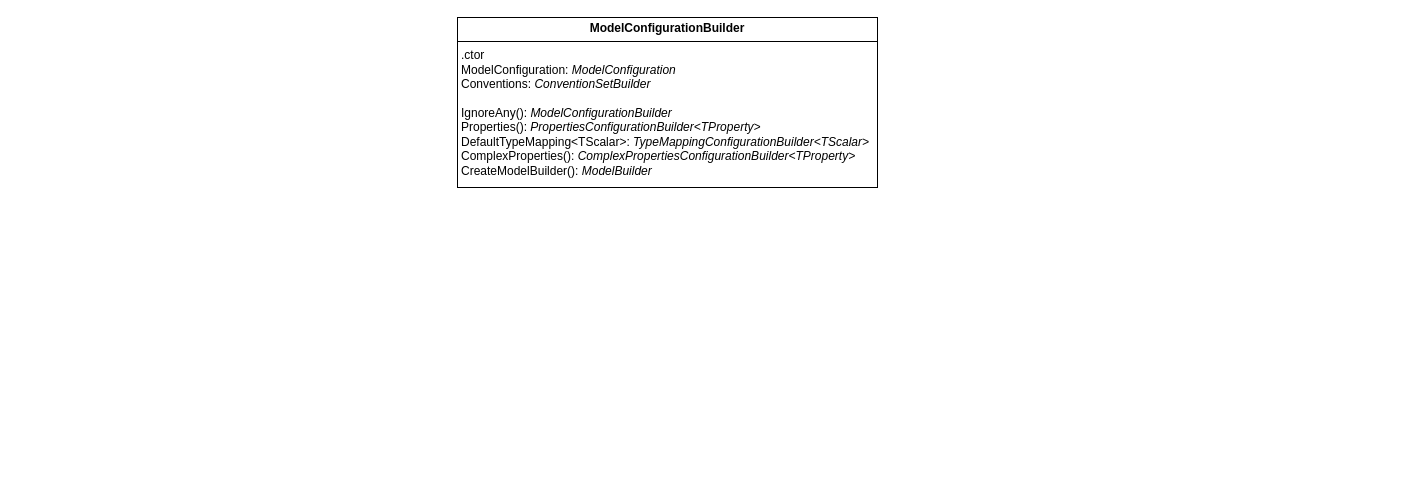
Above: page "ModelConfigurationBuilder" (5 of 8) of EFCore/Диаграмма без названия.drawio in KondyubaBA/Foundation (draw.io), before the change. Source tidied: cells renumbered, new cells numbered last; positions are measured from the earlier drawing's top-left corner, leaving out a move shared by most shapes. Both pictures are drawn from the tidied source at 100%, with x=0, y=0 at pixel (457, 17).
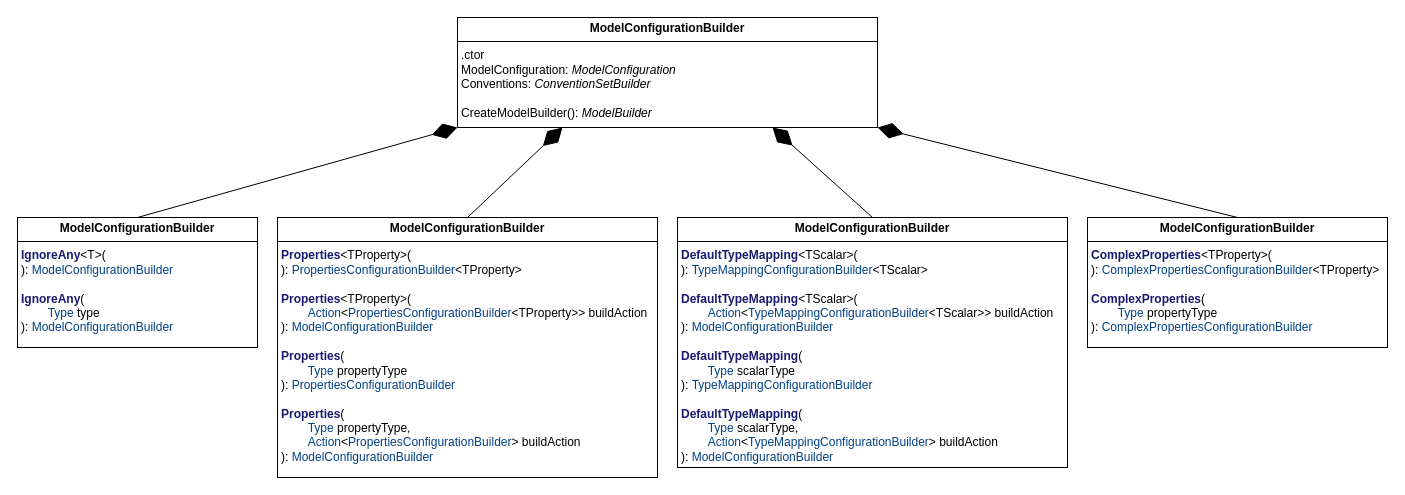
After the change.

Change to the diagram source:
```diff
@@
 <mxGraphModel>
   <root>
     <mxCell id="0" />
     <mxCell id="1" parent="0" />
-    <mxCell id="2" value="&lt;p style=&quot;margin:0px;margin-top:4px;text-align:center;&quot;&gt;&lt;span style=&quot;background-color: initial; text-align: left;&quot;&gt;&lt;b&gt;ModelConfigurationBuilder&lt;/b&gt;&lt;/span&gt;&lt;/p&gt;&lt;hr size=&quot;1&quot; style=&quot;border-style:solid;&quot;&gt;&lt;p style=&quot;margin:0px;margin-left:4px;&quot;&gt;.ctor&lt;/p&gt;&lt;p style=&quot;margin:0px;margin-left:4px;&quot;&gt;ModelConfiguration:&amp;nbsp;&lt;i&gt;ModelConfiguration&lt;/i&gt;&lt;/p&gt;&lt;p style=&quot;margin:0px;margin-left:4px;&quot;&gt;Conventions:&amp;nbsp;&lt;i&gt;ConventionSetBuilder&lt;/i&gt;&lt;/p&gt;&lt;p style=&quot;margin:0px;margin-left:4px;&quot;&gt;&lt;br&gt;&lt;/p&gt;&lt;p style=&quot;margin:0px;margin-left:4px;&quot;&gt;IgnoreAny():&amp;nbsp;&lt;i&gt;ModelConfigurationBuilder&lt;/i&gt;&lt;/p&gt;&lt;p style=&quot;margin:0px;margin-left:4px;&quot;&gt;Properties():&amp;nbsp;&lt;i&gt;PropertiesConfigurationBuilder&amp;lt;TProperty&amp;gt;&lt;/i&gt;&lt;/p&gt;&lt;p style=&quot;margin:0px;margin-left:4px;&quot;&gt;DefaultTypeMapping&amp;lt;TScalar&amp;gt;:&amp;nbsp;&lt;i&gt;TypeMappingConfigurationBuilder&amp;lt;TScalar&amp;gt;&lt;/i&gt;&lt;/p&gt;&lt;p style=&quot;margin:0px;margin-left:4px;&quot;&gt;ComplexProperties():&amp;nbsp;&lt;i&gt;ComplexPropertiesConfigurationBuilder&amp;lt;TProperty&amp;gt;&lt;/i&gt;&lt;/p&gt;&lt;p style=&quot;margin:0px;margin-left:4px;&quot;&gt;CreateModelBuilder():&lt;i&gt;&amp;nbsp;&lt;/i&gt;&lt;span style=&quot;background-color: initial;&quot;&gt;&lt;i&gt;ModelBuilder&lt;/i&gt;&lt;/span&gt;&lt;/p&gt;" style="verticalAlign=top;align=left;overflow=fill;html=1;whiteSpace=wrap;" parent="1" vertex="1">
-      <mxGeometry width="420" height="170" as="geometry" />
+    <mxCell id="2" value="&lt;p style=&quot;margin:0px;margin-top:4px;text-align:center;&quot;&gt;&lt;span style=&quot;background-color: initial; text-align: left;&quot;&gt;&lt;b&gt;ModelConfigurationBuilder&lt;/b&gt;&lt;/span&gt;&lt;/p&gt;&lt;hr size=&quot;1&quot; style=&quot;border-style:solid;&quot;&gt;&lt;p style=&quot;margin:0px;margin-left:4px;&quot;&gt;.ctor&lt;/p&gt;&lt;p style=&quot;margin:0px;margin-left:4px;&quot;&gt;ModelConfiguration:&amp;nbsp;&lt;i&gt;ModelConfiguration&lt;/i&gt;&lt;/p&gt;&lt;p style=&quot;margin:0px;margin-left:4px;&quot;&gt;Conventions:&amp;nbsp;&lt;i&gt;ConventionSetBuilder&lt;/i&gt;&lt;/p&gt;&lt;p style=&quot;margin:0px;margin-left:4px;&quot;&gt;&lt;br&gt;&lt;/p&gt;&lt;p style=&quot;margin:0px;margin-left:4px;&quot;&gt;CreateModelBuilder():&lt;i&gt;&amp;nbsp;&lt;/i&gt;&lt;span style=&quot;background-color: initial;&quot;&gt;&lt;i&gt;ModelBuilder&lt;/i&gt;&lt;/span&gt;&lt;/p&gt;" style="verticalAlign=top;align=left;overflow=fill;html=1;whiteSpace=wrap;" parent="1" vertex="1">
+      <mxGeometry width="420" height="110" as="geometry" />
     </mxCell>
+    <mxCell id="3" value="&lt;p style=&quot;margin:0px;margin-top:4px;text-align:center;&quot;&gt;&lt;span style=&quot;background-color: initial; text-align: left;&quot;&gt;&lt;b&gt;ModelConfigurationBuilder&lt;/b&gt;&lt;/span&gt;&lt;/p&gt;&lt;hr size=&quot;1&quot; style=&quot;border-style:solid;&quot;&gt;&lt;p style=&quot;margin:0px;margin-left:4px;&quot;&gt;&lt;span style=&quot;color: rgb(25, 25, 112); font-weight: bold;&quot;&gt;IgnoreAny&lt;/span&gt;&amp;lt;T&amp;gt;(&lt;/p&gt;&lt;p style=&quot;margin:0px;margin-left:4px;&quot;&gt;):&amp;nbsp;&lt;span style=&quot;color: rgb(0, 64, 133); background-color: initial;&quot;&gt;ModelConfigurationBuilder&lt;/span&gt;&lt;/p&gt;&lt;p style=&quot;margin:0px;margin-left:4px;&quot;&gt;&lt;span style=&quot;color: rgb(0, 64, 133); background-color: initial;&quot;&gt;&lt;br&gt;&lt;/span&gt;&lt;/p&gt;&lt;p style=&quot;margin:0px;margin-left:4px;&quot;&gt;&lt;span style=&quot;color: rgb(25, 25, 112); font-weight: bold;&quot;&gt;IgnoreAny&lt;/span&gt;(&lt;/p&gt;&lt;p style=&quot;margin:0px;margin-left:4px;&quot;&gt;&lt;span style=&quot;color: rgb(0, 64, 133);&quot;&gt;&lt;span style=&quot;white-space: pre;&quot;&gt;&#9;&lt;/span&gt;Type&lt;/span&gt; type&lt;/p&gt;&lt;p style=&quot;margin:0px;margin-left:4px;&quot;&gt;):&amp;nbsp;&lt;span style=&quot;color: rgb(0, 64, 133); background-color: initial;&quot;&gt;&lt;/span&gt;&lt;span style=&quot;color: rgb(0, 64, 133); background-color: initial;&quot;&gt;ModelConfigurationBuilder&lt;/span&gt;&lt;/p&gt;" style="verticalAlign=top;align=left;overflow=fill;html=1;whiteSpace=wrap;" parent="1" vertex="1">
+      <mxGeometry x="-440" y="200" width="240" height="130" as="geometry" />
+    </mxCell>
+    <mxCell id="4" value="&lt;p style=&quot;margin:0px;margin-top:4px;text-align:center;&quot;&gt;&lt;span style=&quot;background-color: initial; text-align: left;&quot;&gt;&lt;b&gt;ModelConfigurationBuilder&lt;/b&gt;&lt;/span&gt;&lt;/p&gt;&lt;hr size=&quot;1&quot; style=&quot;border-style:solid;&quot;&gt;&lt;p style=&quot;margin:0px;margin-left:4px;&quot;&gt;&lt;span style=&quot;color: rgb(25, 25, 112); font-weight: bold;&quot;&gt;Properties&lt;/span&gt;&amp;lt;TProperty&amp;gt;(&lt;/p&gt;&lt;p style=&quot;margin:0px;margin-left:4px;&quot;&gt;):&amp;nbsp;&lt;span style=&quot;background-color: initial; color: rgb(0, 64, 133);&quot;&gt;PropertiesConfigurationBuilder&lt;/span&gt;&lt;span style=&quot;background-color: initial;&quot;&gt;&amp;lt;TProperty&amp;gt;&lt;/span&gt;&lt;/p&gt;&lt;p style=&quot;margin:0px;margin-left:4px;&quot;&gt;&lt;span style=&quot;background-color: initial;&quot;&gt;&lt;br&gt;&lt;/span&gt;&lt;/p&gt;&lt;p style=&quot;margin:0px;margin-left:4px;&quot;&gt;&lt;span style=&quot;color: rgb(25, 25, 112); font-weight: bold;&quot;&gt;Properties&lt;/span&gt;&amp;lt;TProperty&amp;gt;(&lt;/p&gt;&lt;p style=&quot;margin:0px;margin-left:4px;&quot;&gt;&lt;span style=&quot;color: rgb(0, 64, 133);&quot;&gt;&lt;span style=&quot;white-space: pre;&quot;&gt;&#9;&lt;/span&gt;Action&lt;/span&gt;&amp;lt;&lt;span style=&quot;color: rgb(0, 64, 133);&quot;&gt;PropertiesConfigurationBuilder&lt;/span&gt;&amp;lt;TProperty&amp;gt;&amp;gt; buildAction&lt;/p&gt;&lt;p style=&quot;margin:0px;margin-left:4px;&quot;&gt;):&amp;nbsp;&lt;span style=&quot;background-color: initial;&quot;&gt;&lt;/span&gt;&lt;span style=&quot;color: rgb(0, 64, 133); background-color: initial;&quot;&gt;ModelConfigurationBuilder&lt;/span&gt;&lt;/p&gt;&lt;p style=&quot;margin:0px;margin-left:4px;&quot;&gt;&lt;span style=&quot;color: rgb(0, 64, 133); background-color: initial;&quot;&gt;&lt;br&gt;&lt;/span&gt;&lt;/p&gt;&lt;p style=&quot;margin:0px;margin-left:4px;&quot;&gt;&lt;span style=&quot;color: rgb(25, 25, 112); font-weight: bold;&quot;&gt;Properties&lt;/span&gt;(&lt;/p&gt;&lt;p style=&quot;margin:0px;margin-left:4px;&quot;&gt;&lt;span style=&quot;color: rgb(0, 64, 133);&quot;&gt;&lt;span style=&quot;white-space: pre;&quot;&gt;&#9;&lt;/span&gt;Type&lt;/span&gt; propertyType&lt;/p&gt;&lt;p style=&quot;margin:0px;margin-left:4px;&quot;&gt;):&amp;nbsp;&lt;span style=&quot;color: rgb(0, 64, 133); background-color: initial;&quot;&gt;&lt;/span&gt;&lt;span style=&quot;color: rgb(0, 64, 133); background-color: initial;&quot;&gt;PropertiesConfigurationBuilder&lt;/span&gt;&lt;/p&gt;&lt;p style=&quot;margin:0px;margin-left:4px;&quot;&gt;&lt;span style=&quot;color: rgb(0, 64, 133); background-color: initial;&quot;&gt;&lt;br&gt;&lt;/span&gt;&lt;/p&gt;&lt;p style=&quot;margin:0px;margin-left:4px;&quot;&gt;&lt;span style=&quot;color: rgb(25, 25, 112); font-weight: bold;&quot;&gt;Properties&lt;/span&gt;(&lt;/p&gt;&lt;p style=&quot;margin:0px;margin-left:4px;&quot;&gt;&lt;span style=&quot;color: rgb(0, 64, 133);&quot;&gt;&lt;span style=&quot;white-space: pre;&quot;&gt;&#9;&lt;/span&gt;Type&lt;/span&gt; propertyType,&amp;nbsp;&lt;/p&gt;&lt;p style=&quot;margin:0px;margin-left:4px;&quot;&gt;&lt;span style=&quot;color: rgb(0, 64, 133);&quot;&gt;&lt;span style=&quot;white-space: pre;&quot;&gt;&#9;&lt;/span&gt;Action&lt;/span&gt;&amp;lt;&lt;span style=&quot;color: rgb(0, 64, 133);&quot;&gt;PropertiesConfigurationBuilder&lt;/span&gt;&amp;gt; buildAction&lt;/p&gt;&lt;p style=&quot;margin:0px;margin-left:4px;&quot;&gt;):&amp;nbsp;&lt;span style=&quot;color: rgb(0, 64, 133); background-color: initial;&quot;&gt;&lt;/span&gt;&lt;span style=&quot;color: rgb(0, 64, 133); background-color: initial;&quot;&gt;ModelConfigurationBuilder&lt;/span&gt;&lt;/p&gt;&lt;p style=&quot;margin:0px;margin-left:4px;&quot;&gt;&lt;span style=&quot;color: rgb(0, 64, 133); background-color: initial;&quot;&gt;&lt;br&gt;&lt;/span&gt;&lt;/p&gt;&lt;p style=&quot;margin:0px;margin-left:4px;&quot;&gt;&lt;span style=&quot;color: rgb(0, 64, 133); background-color: initial;&quot;&gt;&lt;br&gt;&lt;/span&gt;&lt;/p&gt;" style="verticalAlign=top;align=left;overflow=fill;html=1;whiteSpace=wrap;" parent="1" vertex="1">
+      <mxGeometry x="-180" y="200" width="380" height="260" as="geometry" />
+    </mxCell>
+    <mxCell id="5" value="&lt;p style=&quot;margin:0px;margin-top:4px;text-align:center;&quot;&gt;&lt;span style=&quot;background-color: initial; text-align: left;&quot;&gt;&lt;b&gt;ModelConfigurationBuilder&lt;/b&gt;&lt;/span&gt;&lt;/p&gt;&lt;hr size=&quot;1&quot; style=&quot;border-style:solid;&quot;&gt;&lt;p style=&quot;margin:0px;margin-left:4px;&quot;&gt;&lt;span style=&quot;color: rgb(25, 25, 112); font-weight: bold;&quot;&gt;DefaultTypeMapping&lt;/span&gt;&amp;lt;TScalar&amp;gt;(&lt;/p&gt;&lt;p style=&quot;margin:0px;margin-left:4px;&quot;&gt;):&amp;nbsp;&lt;span style=&quot;background-color: initial; color: rgb(0, 64, 133);&quot;&gt;TypeMappingConfigurationBuilder&lt;/span&gt;&lt;span style=&quot;background-color: initial;&quot;&gt;&amp;lt;TScalar&amp;gt;&lt;/span&gt;&lt;/p&gt;&lt;p style=&quot;margin:0px;margin-left:4px;&quot;&gt;&lt;span style=&quot;color: rgb(0, 64, 133); background-color: initial;&quot;&gt;&lt;br&gt;&lt;/span&gt;&lt;/p&gt;&lt;p style=&quot;margin:0px;margin-left:4px;&quot;&gt;&lt;span style=&quot;color: rgb(25, 25, 112); font-weight: bold;&quot;&gt;DefaultTypeMapping&lt;/span&gt;&amp;lt;TScalar&amp;gt;(&lt;/p&gt;&lt;p style=&quot;margin:0px;margin-left:4px;&quot;&gt;&lt;span style=&quot;color: rgb(0, 64, 133);&quot;&gt;&lt;span style=&quot;white-space: pre;&quot;&gt;&#9;&lt;/span&gt;Action&lt;/span&gt;&amp;lt;&lt;span style=&quot;color: rgb(0, 64, 133);&quot;&gt;TypeMappingConfigurationBuilder&lt;/span&gt;&amp;lt;TScalar&amp;gt;&amp;gt; buildAction&lt;/p&gt;&lt;p style=&quot;margin:0px;margin-left:4px;&quot;&gt;):&amp;nbsp;&lt;span style=&quot;color: rgb(0, 64, 133); background-color: initial;&quot;&gt;&lt;/span&gt;&lt;span style=&quot;color: rgb(0, 64, 133); background-color: initial;&quot;&gt;ModelConfigurationBuilder&lt;/span&gt;&lt;/p&gt;&lt;p style=&quot;margin:0px;margin-left:4px;&quot;&gt;&lt;span style=&quot;color: rgb(0, 64, 133); background-color: initial;&quot;&gt;&lt;br&gt;&lt;/span&gt;&lt;/p&gt;&lt;p style=&quot;margin:0px;margin-left:4px;&quot;&gt;&lt;span style=&quot;color: rgb(25, 25, 112); font-weight: bold;&quot;&gt;DefaultTypeMapping&lt;/span&gt;(&lt;/p&gt;&lt;p style=&quot;margin:0px;margin-left:4px;&quot;&gt;&lt;span style=&quot;color: rgb(0, 64, 133);&quot;&gt;&lt;span style=&quot;white-space: pre;&quot;&gt;&#9;&lt;/span&gt;Type&lt;/span&gt; scalarType&lt;/p&gt;&lt;p style=&quot;margin:0px;margin-left:4px;&quot;&gt;):&amp;nbsp;&lt;span style=&quot;color: rgb(0, 64, 133); background-color: initial;&quot;&gt;&lt;/span&gt;&lt;span style=&quot;color: rgb(0, 64, 133); background-color: initial;&quot;&gt;TypeMappingConfigurationBuilder&lt;/span&gt;&lt;/p&gt;&lt;p style=&quot;margin:0px;margin-left:4px;&quot;&gt;&lt;span style=&quot;color: rgb(0, 64, 133); background-color: initial;&quot;&gt;&lt;br&gt;&lt;/span&gt;&lt;/p&gt;&lt;p style=&quot;margin:0px;margin-left:4px;&quot;&gt;&lt;span style=&quot;color: rgb(25, 25, 112); font-weight: bold;&quot;&gt;DefaultTypeMapping&lt;/span&gt;(&lt;/p&gt;&lt;p style=&quot;margin:0px;margin-left:4px;&quot;&gt;&lt;span style=&quot;color: rgb(0, 64, 133);&quot;&gt;&lt;span style=&quot;white-space: pre;&quot;&gt;&#9;&lt;/span&gt;Type&lt;/span&gt; scalarType,&amp;nbsp;&lt;/p&gt;&lt;p style=&quot;margin:0px;margin-left:4px;&quot;&gt;&lt;span style=&quot;color: rgb(0, 64, 133);&quot;&gt;&lt;span style=&quot;white-space: pre;&quot;&gt;&#9;&lt;/span&gt;Action&lt;/span&gt;&amp;lt;&lt;span style=&quot;color: rgb(0, 64, 133);&quot;&gt;TypeMappingConfigurationBuilder&lt;/span&gt;&amp;gt; buildAction&lt;/p&gt;&lt;p style=&quot;margin:0px;margin-left:4px;&quot;&gt;):&amp;nbsp;&lt;span style=&quot;color: rgb(0, 64, 133); background-color: initial;&quot;&gt;&lt;/span&gt;&lt;span style=&quot;color: rgb(0, 64, 133); background-color: initial;&quot;&gt;ModelConfigurationBuilder&lt;/span&gt;&lt;/p&gt;" style="verticalAlign=top;align=left;overflow=fill;html=1;whiteSpace=wrap;" parent="1" vertex="1">
+      <mxGeometry x="220" y="200" width="390" height="250" as="geometry" />
+    </mxCell>
+    <mxCell id="6" value="&lt;p style=&quot;margin:0px;margin-top:4px;text-align:center;&quot;&gt;&lt;span style=&quot;background-color: initial; text-align: left;&quot;&gt;&lt;b&gt;ModelConfigurationBuilder&lt;/b&gt;&lt;/span&gt;&lt;/p&gt;&lt;hr size=&quot;1&quot; style=&quot;border-style:solid;&quot;&gt;&lt;p style=&quot;margin:0px;margin-left:4px;&quot;&gt;&lt;span style=&quot;color: rgb(25, 25, 112); font-weight: bold;&quot;&gt;ComplexProperties&lt;/span&gt;&amp;lt;TProperty&amp;gt;(&lt;/p&gt;&lt;p style=&quot;margin:0px;margin-left:4px;&quot;&gt;):&amp;nbsp;&lt;span style=&quot;background-color: initial; color: rgb(0, 64, 133);&quot;&gt;ComplexPropertiesConfigurationBuilder&lt;/span&gt;&lt;span style=&quot;background-color: initial;&quot;&gt;&amp;lt;TProperty&amp;gt;&lt;/span&gt;&lt;/p&gt;&lt;p style=&quot;margin:0px;margin-left:4px;&quot;&gt;&lt;span style=&quot;background-color: initial;&quot;&gt;&lt;br&gt;&lt;/span&gt;&lt;/p&gt;&lt;p style=&quot;margin:0px;margin-left:4px;&quot;&gt;&lt;span style=&quot;color: rgb(25, 25, 112); font-weight: bold;&quot;&gt;ComplexProperties&lt;/span&gt;(&lt;/p&gt;&lt;p style=&quot;margin:0px;margin-left:4px;&quot;&gt;&lt;span style=&quot;color: rgb(0, 64, 133);&quot;&gt;&lt;span style=&quot;white-space: pre;&quot;&gt;&#9;&lt;/span&gt;Type&lt;/span&gt; propertyType&lt;/p&gt;&lt;p style=&quot;margin:0px;margin-left:4px;&quot;&gt;):&amp;nbsp;&lt;span style=&quot;background-color: initial;&quot;&gt;&lt;/span&gt;&lt;span style=&quot;color: rgb(0, 64, 133); background-color: initial;&quot;&gt;ComplexPropertiesConfigurationBuilder&lt;/span&gt;&lt;/p&gt;" style="verticalAlign=top;align=left;overflow=fill;html=1;whiteSpace=wrap;" parent="1" vertex="1">
+      <mxGeometry x="630" y="200" width="300" height="130" as="geometry" />
+    </mxCell>
+    <mxCell id="7" style="endArrow=diamondThin;endFill=1;endSize=24;html=1;rounded=0;entryX=0;entryY=1;entryDx=0;entryDy=0;exitX=0.5;exitY=0;exitDx=0;exitDy=0;" parent="1" edge="1" source="3" target="2">
+      <mxGeometry relative="1" as="geometry" />
+    </mxCell>
+    <mxCell id="8" style="endArrow=diamondThin;endFill=1;endSize=24;html=1;rounded=0;entryX=0.25;entryY=1;entryDx=0;entryDy=0;exitX=0.5;exitY=0;exitDx=0;exitDy=0;" parent="1" edge="1" source="4" target="2">
+      <mxGeometry relative="1" as="geometry" />
+    </mxCell>
+    <mxCell id="9" style="endArrow=diamondThin;endFill=1;endSize=24;html=1;rounded=0;entryX=0.75;entryY=1;entryDx=0;entryDy=0;exitX=0.5;exitY=0;exitDx=0;exitDy=0;" parent="1" edge="1" source="5" target="2">
+      <mxGeometry relative="1" as="geometry" />
+    </mxCell>
+    <mxCell id="10" style="endArrow=diamondThin;endFill=1;endSize=24;html=1;rounded=0;entryX=1;entryY=1;entryDx=0;entryDy=0;exitX=0.5;exitY=0;exitDx=0;exitDy=0;" parent="1" edge="1" source="6" target="2">
+      <mxGeometry relative="1" as="geometry" />
+    </mxCell>
   </root>
 </mxGraphModel>
```
